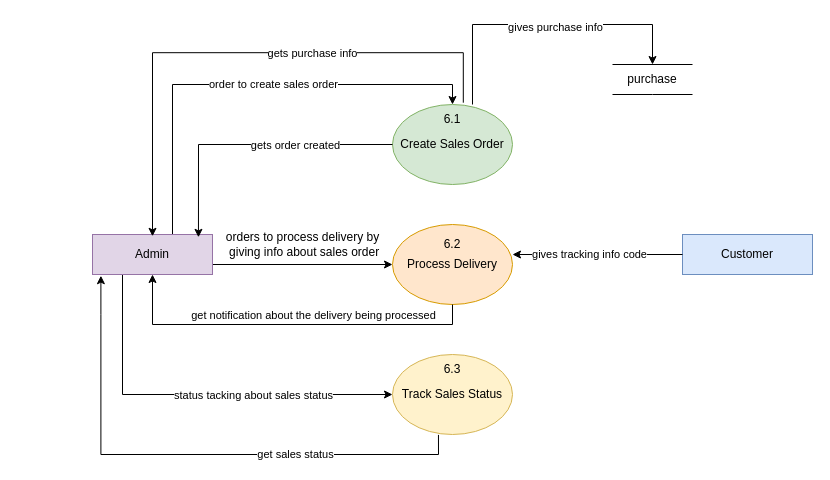
pawal-karki/DRAW.IO keeps this draw.io diagram as Level 2 of .drawio. Above is the earlier version. Source tidied: cells renumbered, new cells numbered last; positions are measured from the earlier drawing's top-left corner, leaving out a move shared by most shapes. Both pictures are drawn from the tidied source at 100%, with x=0, y=0 at pixel (92, 24).
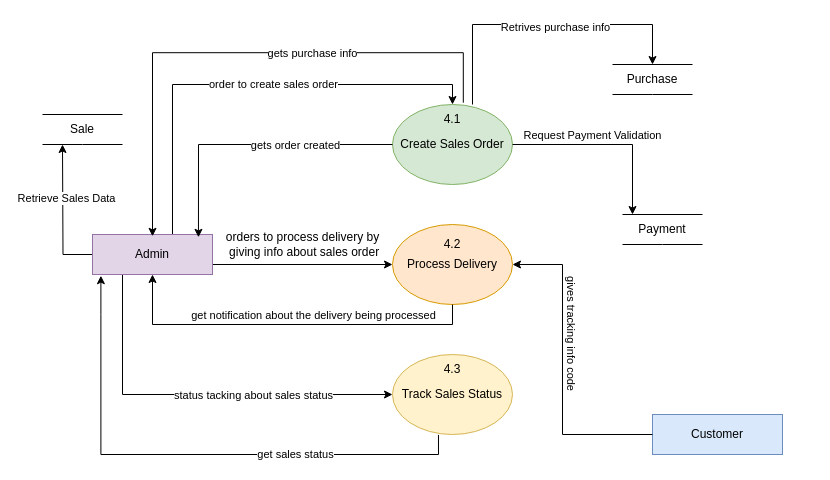
The same page after the edit.

Unchanged cells that the change refers to:
```xml
<mxCell id="2" style="edgeStyle=orthogonalEdgeStyle;rounded=0;jettySize=auto;html=1;" parent="1" edge="1" target="23">
  <mxGeometry relative="1" as="geometry">
    <mxPoint x="380" y="80" as="sourcePoint" />
    <Array as="points">
      <mxPoint x="380" />
      <mxPoint x="560" />
    </Array>
  </mxGeometry>
</mxCell>
<mxCell id="4" value="Create Sales Order" style="ellipse;whiteSpace=wrap;html=1;fillColor=#d5e8d4;strokeColor=#82b366;" parent="1" vertex="1">
  <mxGeometry x="300" y="80" width="120" height="80" as="geometry" />
</mxCell>
<mxCell id="7" value="Process Delivery" style="ellipse;whiteSpace=wrap;html=1;fillColor=#ffe6cc;strokeColor=#d79b00;" parent="1" vertex="1">
  <mxGeometry x="300" y="200" width="120" height="80" as="geometry" />
</mxCell>
<mxCell id="14" value="Admin" style="rounded=0;whiteSpace=wrap;html=1;fillColor=#e1d5e7;strokeColor=#9673a6;" parent="1" vertex="1">
  <mxGeometry y="210" width="120" height="40" as="geometry" />
</mxCell>
```

Diff of the diagram source:
```diff
@@
-    <mxCell id="3" value="gives purchase info" style="edgeLabel;html=1;align=center;verticalAlign=middle;" parent="2" vertex="1">
+    <mxCell id="3" value="Retrives purchase info" style="edgeLabel;html=1;align=center;verticalAlign=middle;" parent="2" vertex="1">
       <mxGeometry x="0.08" y="-2" relative="1" as="geometry" />
     </mxCell>
@@
+    <mxCell id="31" style="edgeStyle=orthogonalEdgeStyle;rounded=0;jettySize=auto;html=1;" parent="1" edge="1" source="14">
+      <mxGeometry relative="1" as="geometry">
+        <mxPoint x="-30" y="120" as="targetPoint" />
+      </mxGeometry>
+    </mxCell>
+    <mxCell id="32" value="Retrieve Sales Data" style="edgeLabel;html=1;align=center;verticalAlign=middle;" parent="31" vertex="1">
+      <mxGeometry x="0.24" y="-3" relative="1" as="geometry" />
+    </mxCell>
@@
     <mxCell id="15" value="Customer" style="rounded=0;whiteSpace=wrap;html=1;fillColor=#dae8fc;strokeColor=#6c8ebf;" parent="1" vertex="1">
-      <mxGeometry x="590" y="210" width="130" height="40" as="geometry" />
+      <mxGeometry x="560" y="390" width="130" height="40" as="geometry" />
     </mxCell>
@@
-    <mxCell id="23" value="purchase" style="text;html=1;align=center;verticalAlign=middle;whiteSpace=wrap;rounded=0;" parent="1" vertex="1">
+    <mxCell id="23" value="Purchase" style="text;html=1;align=center;verticalAlign=middle;whiteSpace=wrap;rounded=0;" parent="1" vertex="1">
       <mxGeometry x="530" y="40" width="60" height="30" as="geometry" />
     </mxCell>
@@
-    <mxCell id="26" style="edgeStyle=orthogonalEdgeStyle;rounded=0;jettySize=auto;html=1;" parent="1" edge="1" source="15">
+    <mxCell id="26" style="edgeStyle=orthogonalEdgeStyle;rounded=0;jettySize=auto;html=1;" parent="1" edge="1" source="15" target="7">
       <mxGeometry relative="1" as="geometry">
-        <mxPoint x="420" y="230" as="targetPoint" />
+        <Array as="points">
+          <mxPoint x="470" y="410" />
+          <mxPoint x="470" y="240" />
+        </Array>
       </mxGeometry>
     </mxCell>
-    <mxCell id="27" value="gives tracking info code" style="edgeLabel;html=1;align=center;verticalAlign=middle;" parent="26" vertex="1">
-      <mxGeometry x="0.1" y="-1" relative="1" as="geometry" />
+    <mxCell id="27" value="gives tracking info code" style="edgeLabel;html=1;align=center;verticalAlign=middle;rotation=90;" parent="26" vertex="1">
+      <mxGeometry x="0.1" y="-1" relative="1" as="geometry">
+        <mxPoint x="9" y="-21" as="offset" />
+      </mxGeometry>
     </mxCell>
-    <mxCell id="28" value="6.1" style="text;html=1;align=center;verticalAlign=middle;whiteSpace=wrap;rounded=0;" parent="1" vertex="1">
+    <mxCell id="28" value="4.1" style="text;html=1;align=center;verticalAlign=middle;whiteSpace=wrap;rounded=0;" parent="1" vertex="1">
       <mxGeometry x="330" y="80" width="60" height="30" as="geometry" />
     </mxCell>
-    <mxCell id="29" value="6.2" style="text;html=1;align=center;verticalAlign=middle;whiteSpace=wrap;rounded=0;" parent="1" vertex="1">
+    <mxCell id="29" value="4.2" style="text;html=1;align=center;verticalAlign=middle;whiteSpace=wrap;rounded=0;" parent="1" vertex="1">
       <mxGeometry x="330" y="205" width="60" height="30" as="geometry" />
     </mxCell>
-    <mxCell id="30" value="6.3" style="text;html=1;align=center;verticalAlign=middle;whiteSpace=wrap;rounded=0;" parent="1" vertex="1">
+    <mxCell id="30" value="4.3" style="text;html=1;align=center;verticalAlign=middle;whiteSpace=wrap;rounded=0;" parent="1" vertex="1">
       <mxGeometry x="330" y="330" width="60" height="30" as="geometry" />
     </mxCell>
+    <mxCell id="33" style="edgeStyle=orthogonalEdgeStyle;rounded=0;jettySize=auto;html=1;startArrow=classic;startFill=1;endArrow=none;endFill=0;" parent="1" edge="1" source="35" target="4">
+      <mxGeometry relative="1" as="geometry">
+        <Array as="points">
+          <mxPoint x="540" y="120" />
+        </Array>
+      </mxGeometry>
+    </mxCell>
+    <mxCell id="34" value="Request Payment Validation" style="edgeLabel;html=1;align=center;verticalAlign=middle;" parent="33" vertex="1">
+      <mxGeometry x="0.3" y="-3" relative="1" as="geometry">
+        <mxPoint x="13" y="-7" as="offset" />
+      </mxGeometry>
+    </mxCell>
+    <mxCell id="35" value="Payment" style="text;html=1;align=center;verticalAlign=middle;whiteSpace=wrap;rounded=0;" parent="1" vertex="1">
+      <mxGeometry x="540" y="190" width="60" height="30" as="geometry" />
+    </mxCell>
+    <mxCell id="36" style="endArrow=none;html=1;rounded=0;" parent="1" edge="1">
+      <mxGeometry relative="1" as="geometry">
+        <mxPoint x="530" y="190" as="sourcePoint" />
+        <mxPoint x="610" y="190" as="targetPoint" />
+      </mxGeometry>
+    </mxCell>
+    <mxCell id="37" style="endArrow=none;html=1;rounded=0;" parent="1" edge="1">
+      <mxGeometry relative="1" as="geometry">
+        <mxPoint x="530" y="220" as="sourcePoint" />
+        <mxPoint x="610" y="220" as="targetPoint" />
+        <Array as="points">
+          <mxPoint x="570" y="220" />
+        </Array>
+      </mxGeometry>
+    </mxCell>
+    <mxCell id="38" value="Sale" style="text;html=1;align=center;verticalAlign=middle;whiteSpace=wrap;rounded=0;" parent="1" vertex="1">
+      <mxGeometry x="-40" y="90" width="60" height="30" as="geometry" />
+    </mxCell>
+    <mxCell id="39" style="endArrow=none;html=1;rounded=0;" parent="1" edge="1">
+      <mxGeometry relative="1" as="geometry">
+        <mxPoint x="-50" y="90" as="sourcePoint" />
+        <mxPoint x="30" y="90" as="targetPoint" />
+      </mxGeometry>
+    </mxCell>
+    <mxCell id="40" style="endArrow=none;html=1;rounded=0;" parent="1" edge="1">
+      <mxGeometry relative="1" as="geometry">
+        <mxPoint x="-50" y="120" as="sourcePoint" />
+        <mxPoint x="30" y="120" as="targetPoint" />
+        <Array as="points">
+          <mxPoint x="-10" y="120" />
+        </Array>
+      </mxGeometry>
+    </mxCell>
```
